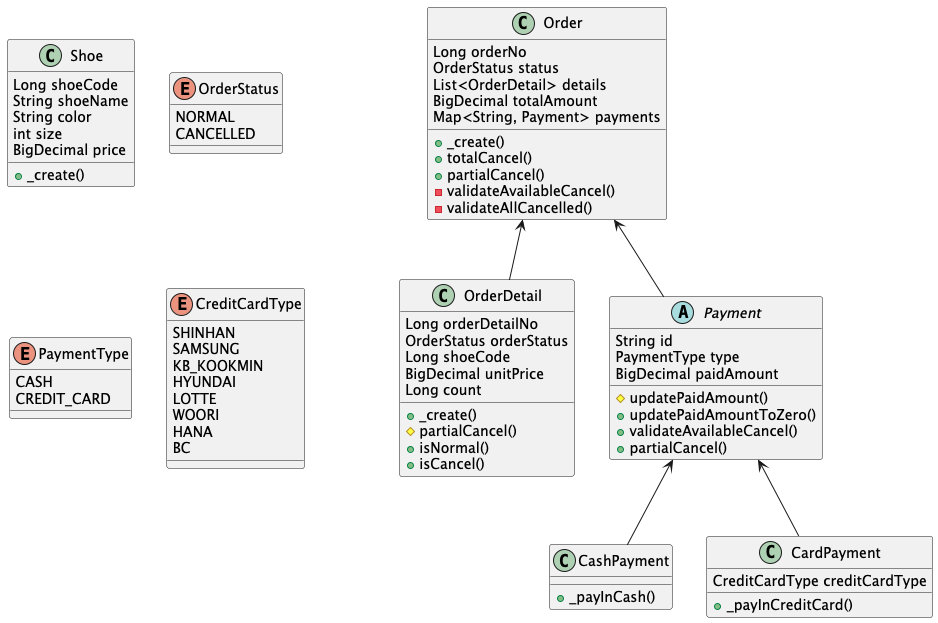
Above: docs/DomainStructure.png in ABC-Mart-Owners-club/namjoon-shoe-store (PlantUML), before the change.
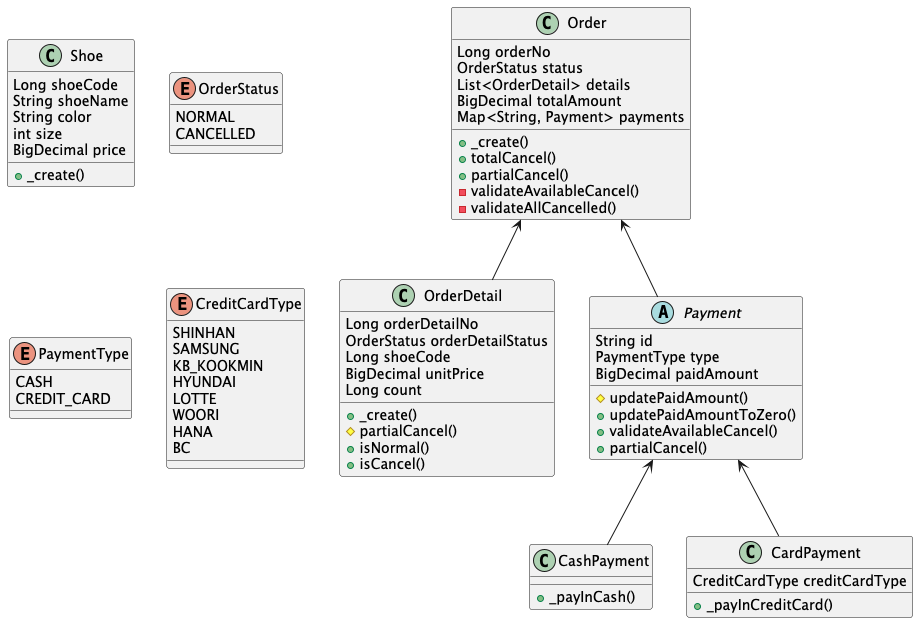
After the commit.

Diff of the diagram source:
```diff
@@ -31,7 +31,7 @@
 
 class OrderDetail {
 Long orderDetailNo
-OrderStatus orderStatus
+OrderStatus orderDetailStatus
 Long shoeCode
 BigDecimal unitPrice
 Long count
```
